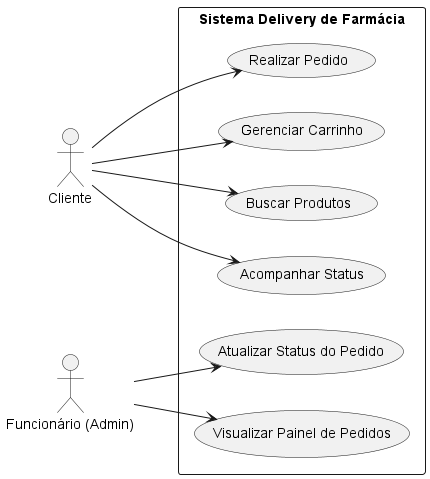
joaovitor-9/Delivery_Farmacia keeps this PlantUML diagram as docs/diagrama-casos-de-uso.png. Above is the earlier version.
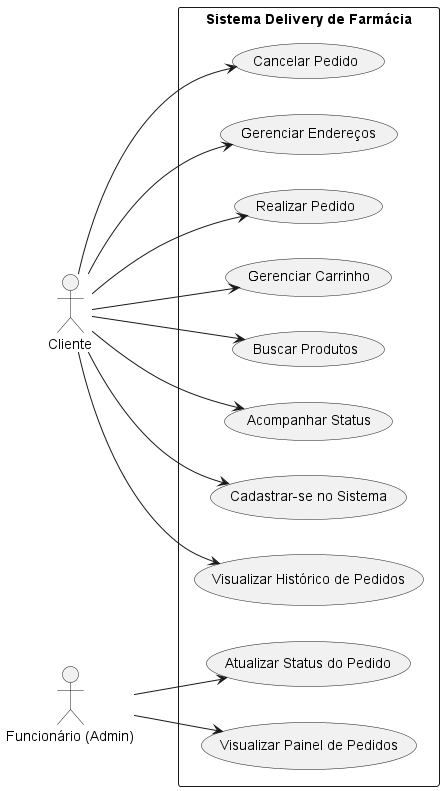
The same diagram one commit later.

Diff of the diagram source:
```diff
@@ -13,12 +13,20 @@
     usecase "Acompanhar Status" as UC4
     usecase "Atualizar Status do Pedido" as UC5
     usecase "Visualizar Painel de Pedidos" as UC6
+    usecase "Cadastrar-se no Sistema" as UC7
+    usecase "Visualizar Histórico de Pedidos" as UC8
+    usecase "Cancelar Pedido" as UC9
+    usecase "Gerenciar Endereços" as UC10
 }
 
 cliente --> UC1
 cliente --> UC2
 cliente --> UC3
 cliente --> UC4
+cliente --> UC7
+cliente --> UC8
+cliente --> UC9
+cliente --> UC10
 
 admin --> UC5
 admin --> UC6
```
